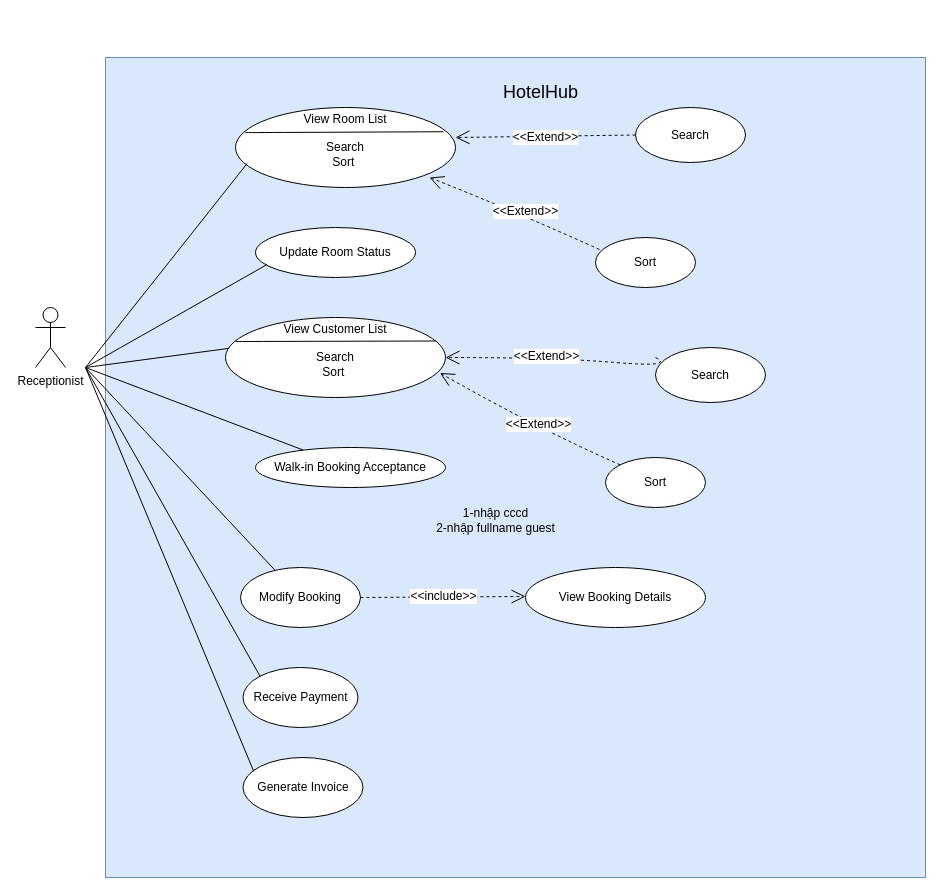
The draw.io diagram page "UCs for Receptionist" (3 of 4) of UseCase.drawio in toikobi401/SWP391_HotelManagement, before the edit. Source tidied: cells renumbered, new cells numbered last; positions are measured from the earlier drawing's top-left corner, leaving out a move shared by most shapes. Both pictures are drawn from the tidied source at 100%, with x=0, y=0 at pixel (35, 57).
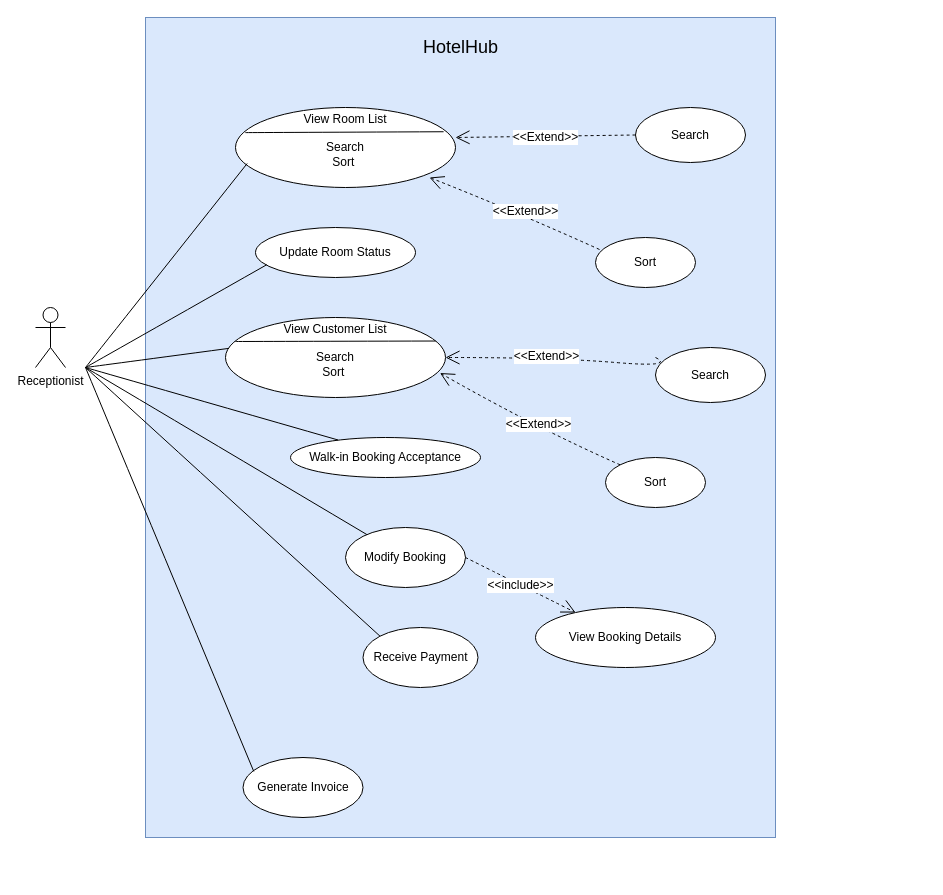
The same page after the edit.

What changed in the source:
```diff
@@
-    <mxCell id="2" style="whiteSpace=wrap;html=1;fillColor=#dae8fc;strokeColor=#6c8ebf;" parent="1" vertex="1">
-      <mxGeometry x="70" width="820" height="820" as="geometry" />
-    </mxCell>
+    <mxCell id="32" style="rounded=0;whiteSpace=wrap;html=1;fillColor=#dae8fc;strokeColor=#6c8ebf;" parent="1" vertex="1">
+      <mxGeometry x="110" y="-40" width="630" height="820" as="geometry" />
+    </mxCell>
@@
     <mxCell id="9" value="Walk-in Booking Acceptance" style="ellipse;whiteSpace=wrap;html=1;" parent="1" vertex="1">
-      <mxGeometry x="220" y="390" width="190" height="40" as="geometry" />
+      <mxGeometry x="255" y="380" width="190" height="40" as="geometry" />
     </mxCell>
     <mxCell id="10" value="Modify Booking" style="ellipse;whiteSpace=wrap;html=1;" parent="1" vertex="1">
-      <mxGeometry x="205" y="510" width="120" height="60" as="geometry" />
+      <mxGeometry x="310" y="470" width="120" height="60" as="geometry" />
     </mxCell>
     <mxCell id="11" value="Receive Payment" style="ellipse;whiteSpace=wrap;html=1;" parent="1" vertex="1">
-      <mxGeometry x="207.5" y="610" width="115" height="60" as="geometry" />
+      <mxGeometry x="327.5" y="570" width="115" height="60" as="geometry" />
     </mxCell>
@@
     <mxCell id="17" value="View Booking Details" style="ellipse;whiteSpace=wrap;html=1;" parent="1" vertex="1">
-      <mxGeometry x="490" y="510" width="180" height="60" as="geometry" />
+      <mxGeometry x="500" y="550" width="180" height="60" as="geometry" />
     </mxCell>
-    <mxCell id="18" value="&amp;lt;&amp;lt;include&amp;gt;&amp;gt;" style="endArrow=open;endSize=12;dashed=1;html=1;rounded=0;fontSize=12;curved=1;exitX=1;exitY=0.5;exitDx=0;exitDy=0;" parent="1" edge="1" source="10">
-      <mxGeometry relative="1" as="geometry">
-        <mxPoint x="490" y="539" as="targetPoint" />
-      </mxGeometry>
+    <mxCell id="18" value="&amp;lt;&amp;lt;include&amp;gt;&amp;gt;" style="endArrow=open;endSize=12;dashed=1;html=1;rounded=0;fontSize=12;curved=1;exitX=1;exitY=0.5;exitDx=0;exitDy=0;" parent="1" edge="1" source="10" target="17">
+      <mxGeometry relative="1" as="geometry" />
     </mxCell>
@@
-    <mxCell id="30" value="1-nhập cccd&lt;div&gt;2-nhập fullname guest&lt;/div&gt;" style="text;html=1;align=center;verticalAlign=middle;strokeColor=none;fillColor=none;" parent="1" vertex="1">
-      <mxGeometry x="390" y="443" width="140" height="40" as="geometry" />
-    </mxCell>
     <mxCell id="31" value="&lt;font style=&quot;font-size: 18px;&quot;&gt;HotelHub&lt;/font&gt;" style="text;html=1;align=center;verticalAlign=middle;strokeColor=none;fillColor=none;" parent="1" vertex="1">
-      <mxGeometry x="455" y="15" width="100" height="40" as="geometry" />
+      <mxGeometry x="375" y="-30" width="100" height="40" as="geometry" />
     </mxCell>
```
